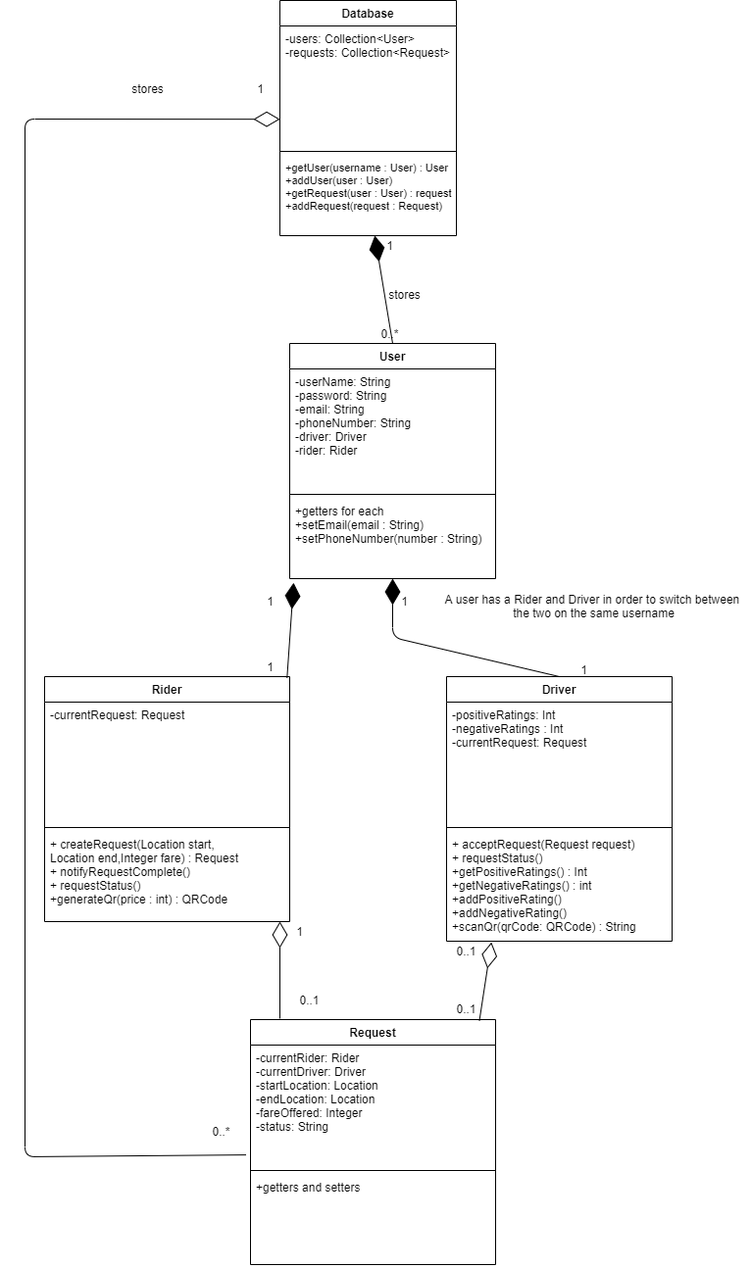
Before: doc/locomotion-commotion-UML.png, a diagram exported from draw.io (CMPUT301W20T25/Locomotion-Commotion). Source tidied: cells renumbered, new cells last; positions are measured from the earlier drawing's top-left corner, leaving out a move shared by most shapes.
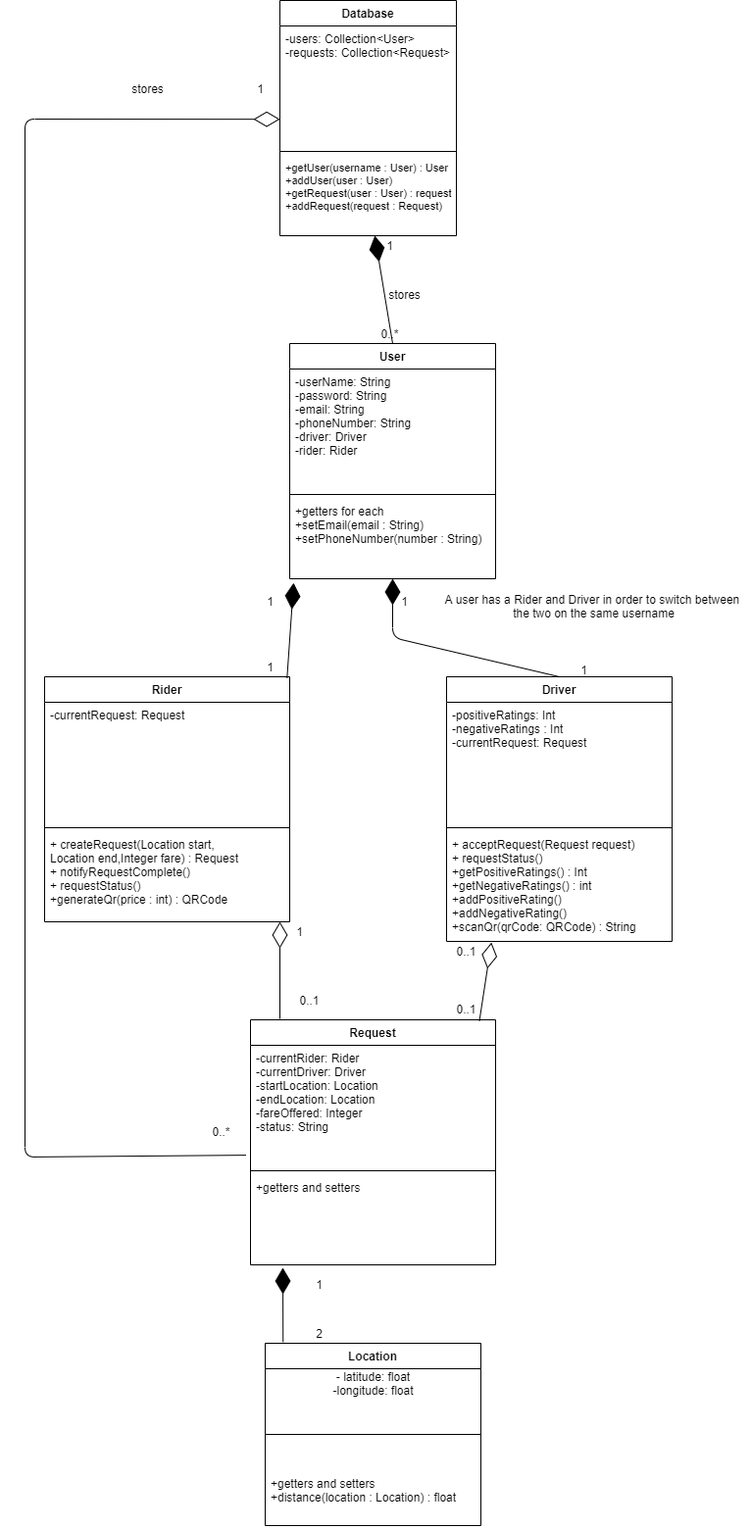
After the change.

Change to the diagram source:
```diff
@@ -138,5 +138,28 @@
     <mxCell id="42" value="A user has a Rider and Driver in order to switch between &lt;br&gt;the two on the same username" style="text;html=1;align=center;verticalAlign=middle;" parent="1" vertex="1">
       <mxGeometry x="420" y="603" width="320" height="30" as="geometry" />
     </mxCell>
+    <mxCell id="43" value="Location" style="swimlane;fontStyle=1;align=center;verticalAlign=top;horizontal=1;startSize=26;" parent="1" vertex="1">
+      <mxGeometry x="245" y="1370" width="220" height="186" as="geometry" />
+    </mxCell>
+    <mxCell id="44" value="- latitude: float&lt;br&gt;-longitude: float" style="text;html=1;align=center;verticalAlign=middle;" parent="43" vertex="1">
+      <mxGeometry y="26" width="220" height="30" as="geometry" />
+    </mxCell>
+    <mxCell id="45" style="line;strokeWidth=1;fillColor=none;align=left;verticalAlign=middle;spacingTop=-1;spacingLeft=3;spacingRight=3;labelPosition=right;" parent="43" vertex="1">
+      <mxGeometry y="56" width="220" height="74" as="geometry" />
+    </mxCell>
+    <mxCell id="46" value="+getters and setters&#10;+distance(location : Location) : float " style="text;strokeColor=none;fillColor=none;align=left;verticalAlign=top;spacingLeft=4;spacingRight=4;overflow=hidden;" parent="43" vertex="1">
+      <mxGeometry y="130" width="220" height="56" as="geometry" />
+    </mxCell>
+    <mxCell id="47" style="endArrow=diamondThin;endFill=1;endSize=24;html=1;exitX=0.083;exitY=-0.007;exitDx=0;exitDy=0;exitPerimeter=0;" parent="1" edge="1" source="43">
+      <mxGeometry relative="1" as="geometry">
+        <mxPoint x="263" y="1293" as="targetPoint" />
+      </mxGeometry>
+    </mxCell>
+    <mxCell id="48" value="1" style="text;html=1;align=center;verticalAlign=middle;" parent="1" vertex="1">
+      <mxGeometry x="290" y="1300" width="20" height="20" as="geometry" />
+    </mxCell>
+    <mxCell id="49" value="2" style="text;html=1;align=center;verticalAlign=middle;" parent="1" vertex="1">
+      <mxGeometry x="290" y="1350" width="20" height="20" as="geometry" />
+    </mxCell>
   </root>
 </mxGraphModel>
```
